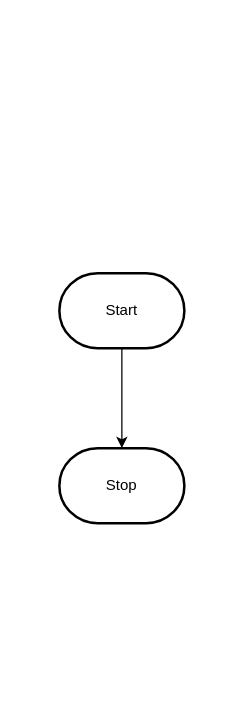
Earlier version of the draw.io diagram design/flowchart.drawio (MTHS-ICS2O-2-2022/ICS2O-Assignment-06-Bonnie-Zhu). Source tidied: cells renumbered, new cells numbered last; positions are measured from the earlier drawing's top-left corner, leaving out a move shared by most shapes. Both pictures are drawn from the tidied source at 125%, with x=0, y=0 at pixel (59, 272).
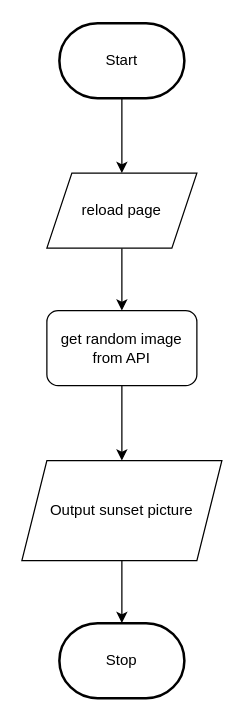
After the change.

Diff of the diagram source:
```diff
@@
 <mxGraphModel>
   <root>
     <mxCell id="0" />
     <mxCell id="1" parent="0" />
-    <mxCell id="2" style="edgeStyle=orthogonalEdgeStyle;html=1;rounded=0;" parent="1" edge="1" source="3" target="4">
-      <mxGeometry relative="1" as="geometry" />
-    </mxCell>
+    <mxCell id="5" style="edgeStyle=none;html=1;" parent="1" edge="1" source="3" target="7">
+      <mxGeometry relative="1" as="geometry" />
+    </mxCell>
     <mxCell id="3" value="Start" style="strokeWidth=2;html=1;shape=mxgraph.flowchart.terminator;whiteSpace=wrap;" parent="1" vertex="1">
-      <mxGeometry width="100" height="60" as="geometry" />
+      <mxGeometry y="-200" width="100" height="60" as="geometry" />
     </mxCell>
     <mxCell id="4" value="Stop" style="strokeWidth=2;html=1;shape=mxgraph.flowchart.terminator;whiteSpace=wrap;" parent="1" vertex="1">
-      <mxGeometry y="140" width="100" height="60" as="geometry" />
+      <mxGeometry y="280" width="100" height="60" as="geometry" />
     </mxCell>
+    <mxCell id="6" style="edgeStyle=none;html=1;" parent="1" edge="1" source="7" target="9">
+      <mxGeometry relative="1" as="geometry" />
+    </mxCell>
+    <mxCell id="7" value="reload page" style="shape=parallelogram;perimeter=parallelogramPerimeter;whiteSpace=wrap;html=1;fixedSize=1;" parent="1" vertex="1">
+      <mxGeometry x="-10" y="-80" width="120" height="60" as="geometry" />
+    </mxCell>
+    <mxCell id="8" style="edgeStyle=none;html=1;entryX=0.5;entryY=0;entryDx=0;entryDy=0;" parent="1" edge="1" source="9" target="11">
+      <mxGeometry relative="1" as="geometry" />
+    </mxCell>
+    <mxCell id="9" value="get random image from API" style="rounded=1;whiteSpace=wrap;html=1;" parent="1" vertex="1">
+      <mxGeometry x="-10" y="30" width="120" height="60" as="geometry" />
+    </mxCell>
+    <mxCell id="10" style="edgeStyle=none;html=1;" parent="1" edge="1" source="11" target="4">
+      <mxGeometry relative="1" as="geometry" />
+    </mxCell>
+    <mxCell id="11" value="Output sunset picture" style="shape=parallelogram;perimeter=parallelogramPerimeter;whiteSpace=wrap;html=1;fixedSize=1;" parent="1" vertex="1">
+      <mxGeometry x="-30" y="150" width="160" height="80" as="geometry" />
+    </mxCell>
   </root>
 </mxGraphModel>
```
